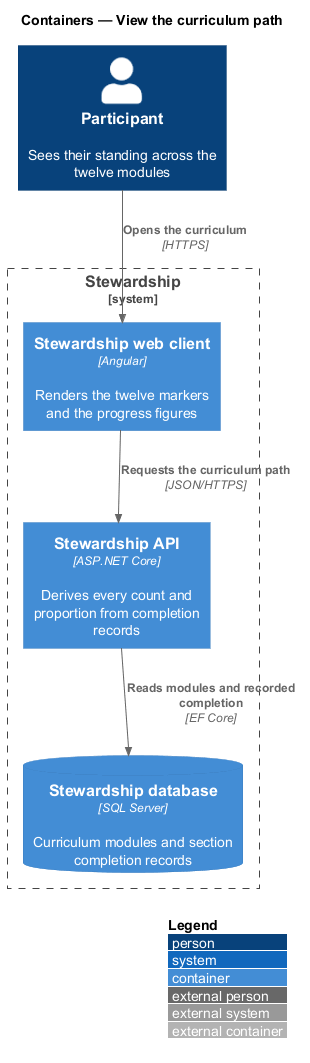
Above: docs/detailed-designs/curriculum/view-path/diagrams/c4-container.png in QuinntyneBrown/quinntyne-brown-stewardship (PlantUML), before the change.
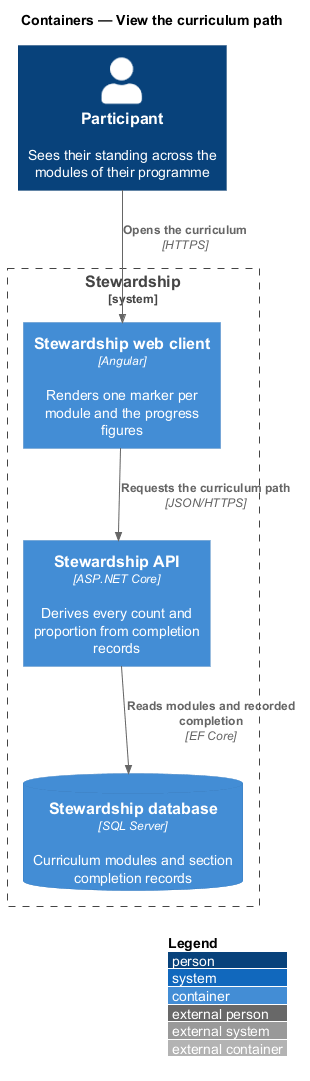
After the commit.

What changed in the source:
```diff
@@ -3,9 +3,9 @@
 LAYOUT_WITH_LEGEND()
 title Containers — View the curriculum path
 
-Person(participant, "Participant", "Sees their standing across the twelve modules")
+Person(participant, "Participant", "Sees their standing across the modules of their programme")
 System_Boundary(stewardship, "Stewardship") {
-  Container(spa, "Stewardship web client", "Angular", "Renders the twelve markers and the progress figures")
+  Container(spa, "Stewardship web client", "Angular", "Renders one marker per module and the progress figures")
   Container(api, "Stewardship API", "ASP.NET Core", "Derives every count and proportion from completion records")
   ContainerDb(db, "Stewardship database", "SQL Server", "Curriculum modules and section completion records")
 }
```
